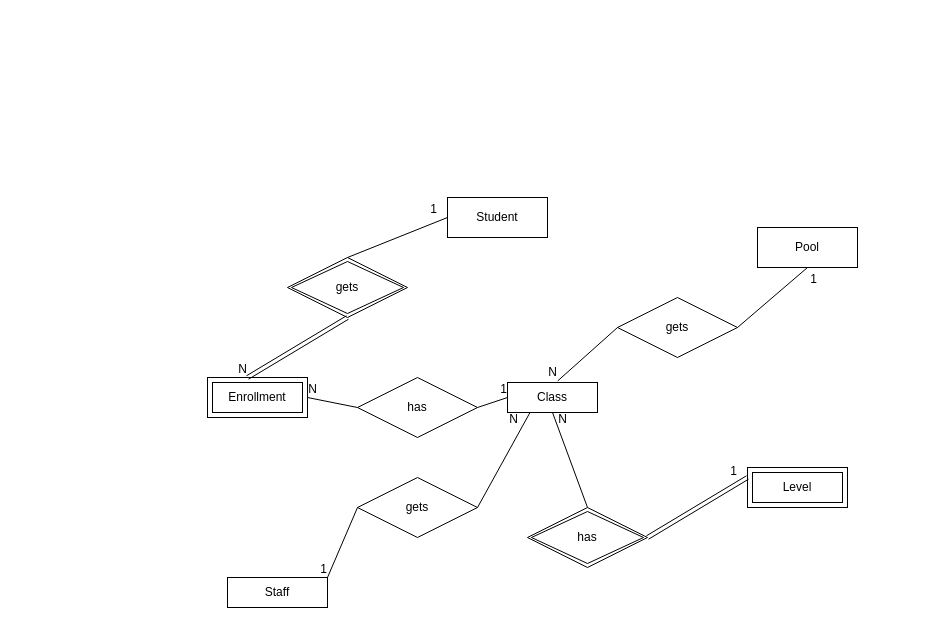
The draw.io diagram 3.5 Q2 ER Diagram.drawio in ImaDeSara/ImaDeSara, before the edit. Source tidied: cells renumbered, new cells numbered last; positions are measured from the earlier drawing's top-left corner, leaving out a move shared by most shapes. Both pictures are drawn from the tidied source at 100%, with x=0, y=0 at pixel (207, 197).
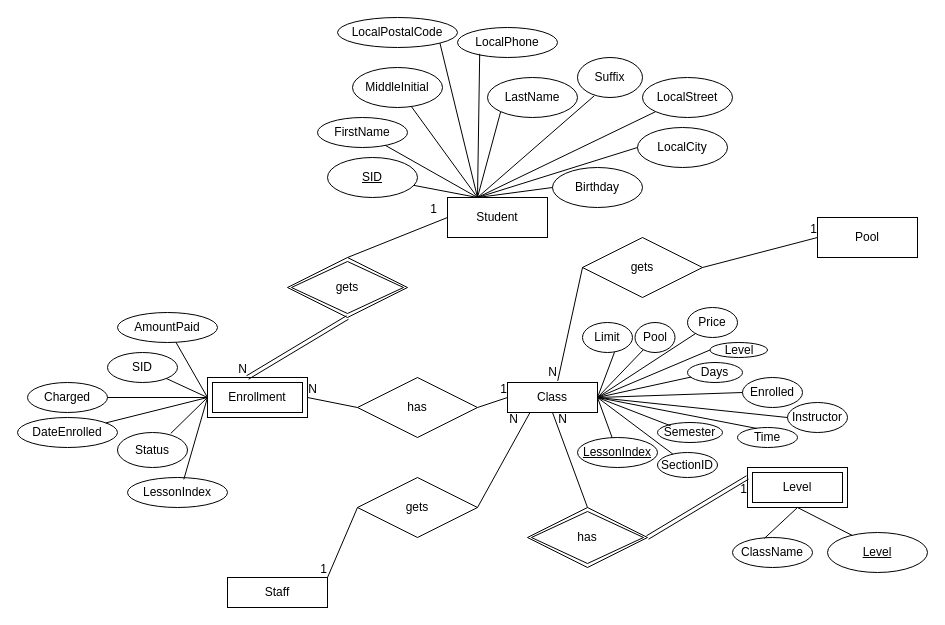
The same page after the edit.

The change refers to these unchanged cells:
```xml
<mxCell id="2" value="Class" style="rounded=0;whiteSpace=wrap;html=1;" parent="1" vertex="1">
  <mxGeometry x="300" y="185" width="90" height="30" as="geometry" />
</mxCell>
<mxCell id="6" value="Enrollment" style="shape=ext;margin=3;double=1;whiteSpace=wrap;html=1;align=center;" parent="1" vertex="1">
  <mxGeometry y="180" width="100" height="40" as="geometry" />
</mxCell>
<mxCell id="7" value="Level" style="shape=ext;margin=3;double=1;whiteSpace=wrap;html=1;align=center;" parent="1" vertex="1">
  <mxGeometry x="540" y="270" width="100" height="40" as="geometry" />
</mxCell>
<mxCell id="10" style="shape=link;html=1;rounded=0;endArrow=none;endFill=0;entryX=0;entryY=0.25;entryDx=0;entryDy=0;exitX=1;exitY=0.5;exitDx=0;exitDy=0;" parent="1" edge="1" source="8" target="7">
  <mxGeometry relative="1" as="geometry" />
</mxCell>
```

Diff of the diagram source:
```diff
@@
     <mxCell id="3" value="Pool" style="rounded=0;whiteSpace=wrap;html=1;" parent="1" vertex="1">
-      <mxGeometry x="550" y="30" width="100" height="40" as="geometry" />
+      <mxGeometry x="610" y="20" width="100" height="40" as="geometry" />
     </mxCell>
@@
     <mxCell id="11" value="1" style="html=1;align=right;verticalAlign=bottom;" parent="10" vertex="1">
       <mxGeometry x="1" relative="1" as="geometry">
-        <mxPoint x="-10" y="2" as="offset" />
+        <mxPoint y="20" as="offset" />
       </mxGeometry>
     </mxCell>
@@
     <mxCell id="23" value="gets" style="shape=rhombus;perimeter=rhombusPerimeter;whiteSpace=wrap;html=1;align=center;" parent="1" vertex="1">
-      <mxGeometry x="410" y="100" width="120" height="60" as="geometry" />
+      <mxGeometry x="375" y="40" width="120" height="60" as="geometry" />
     </mxCell>
-    <mxCell id="24" style="endArrow=none;html=1;rounded=0;entryX=0.5;entryY=1;entryDx=0;entryDy=0;exitX=1;exitY=0.5;exitDx=0;exitDy=0;" parent="1" edge="1" source="23" target="3">
+    <mxCell id="24" style="endArrow=none;html=1;rounded=0;entryX=0;entryY=0.5;entryDx=0;entryDy=0;exitX=1;exitY=0.5;exitDx=0;exitDy=0;" parent="1" edge="1" source="23" target="3">
       <mxGeometry relative="1" as="geometry" />
     </mxCell>
     <mxCell id="25" value="1" style="html=1;align=right;verticalAlign=bottom;" parent="24" vertex="1">
-      <mxGeometry x="1" relative="1" as="geometry">
-        <mxPoint x="10" y="20" as="offset" />
-      </mxGeometry>
+      <mxGeometry x="1" relative="1" as="geometry" />
     </mxCell>
@@
+    <mxCell id="33" value="SID" style="ellipse;whiteSpace=wrap;html=1;align=center;fontStyle=4;" parent="1" vertex="1">
+      <mxGeometry x="120" y="-40" width="90" height="40" as="geometry" />
+    </mxCell>
+    <mxCell id="34" value="FirstName" style="ellipse;whiteSpace=wrap;html=1;align=center;" parent="1" vertex="1">
+      <mxGeometry x="110" y="-80" width="90" height="30" as="geometry" />
+    </mxCell>
+    <mxCell id="35" value="MiddleInitial" style="ellipse;whiteSpace=wrap;html=1;align=center;" parent="1" vertex="1">
+      <mxGeometry x="145" y="-130" width="90" height="40" as="geometry" />
+    </mxCell>
+    <mxCell id="36" value="LastName" style="ellipse;whiteSpace=wrap;html=1;align=center;" parent="1" vertex="1">
+      <mxGeometry x="280" y="-120" width="90" height="40" as="geometry" />
+    </mxCell>
+    <mxCell id="37" value="Suffix" style="ellipse;whiteSpace=wrap;html=1;align=center;" parent="1" vertex="1">
+      <mxGeometry x="370" y="-140" width="65" height="40" as="geometry" />
+    </mxCell>
+    <mxCell id="38" value="Birthday" style="ellipse;whiteSpace=wrap;html=1;align=center;" parent="1" vertex="1">
+      <mxGeometry x="345" y="-30" width="90" height="40" as="geometry" />
+    </mxCell>
+    <mxCell id="39" value="LocalStreet" style="ellipse;whiteSpace=wrap;html=1;align=center;" parent="1" vertex="1">
+      <mxGeometry x="435" y="-120" width="90" height="40" as="geometry" />
+    </mxCell>
+    <mxCell id="40" value="LocalCity" style="ellipse;whiteSpace=wrap;html=1;align=center;" parent="1" vertex="1">
+      <mxGeometry x="430" y="-70" width="90" height="40" as="geometry" />
+    </mxCell>
+    <mxCell id="41" value="LocalPostalCode" style="ellipse;whiteSpace=wrap;html=1;align=center;" parent="1" vertex="1">
+      <mxGeometry x="130" y="-180" width="120" height="30" as="geometry" />
+    </mxCell>
+    <mxCell id="42" value="LocalPhone" style="ellipse;whiteSpace=wrap;html=1;align=center;" parent="1" vertex="1">
+      <mxGeometry x="250" y="-170" width="100" height="30" as="geometry" />
+    </mxCell>
+    <mxCell id="43" style="endArrow=none;html=1;rounded=0;" parent="1" edge="1" source="33">
+      <mxGeometry relative="1" as="geometry">
+        <mxPoint x="270" as="targetPoint" />
+      </mxGeometry>
+    </mxCell>
+    <mxCell id="44" style="endArrow=none;html=1;rounded=0;" parent="1" edge="1" target="34">
+      <mxGeometry relative="1" as="geometry">
+        <mxPoint x="270" as="sourcePoint" />
+      </mxGeometry>
+    </mxCell>
+    <mxCell id="45" style="endArrow=none;html=1;rounded=0;entryX=0;entryY=0.5;entryDx=0;entryDy=0;" parent="1" edge="1" target="38">
+      <mxGeometry relative="1" as="geometry">
+        <mxPoint x="270" as="sourcePoint" />
+      </mxGeometry>
+    </mxCell>
+    <mxCell id="46" style="endArrow=none;html=1;rounded=0;entryX=0;entryY=0.5;entryDx=0;entryDy=0;" parent="1" edge="1" target="40">
+      <mxGeometry relative="1" as="geometry">
+        <mxPoint x="270" as="sourcePoint" />
+      </mxGeometry>
+    </mxCell>
+    <mxCell id="47" style="endArrow=none;html=1;rounded=0;entryX=0;entryY=1;entryDx=0;entryDy=0;" parent="1" edge="1" target="39">
+      <mxGeometry relative="1" as="geometry">
+        <mxPoint x="270" as="sourcePoint" />
+      </mxGeometry>
+    </mxCell>
+    <mxCell id="48" style="endArrow=none;html=1;rounded=0;entryX=0.257;entryY=0.959;entryDx=0;entryDy=0;entryPerimeter=0;" parent="1" edge="1" target="37">
+      <mxGeometry relative="1" as="geometry">
+        <mxPoint x="270" as="sourcePoint" />
+      </mxGeometry>
+    </mxCell>
+    <mxCell id="49" style="endArrow=none;html=1;rounded=0;" parent="1" edge="1" target="35">
+      <mxGeometry relative="1" as="geometry">
+        <mxPoint x="270" as="sourcePoint" />
+      </mxGeometry>
+    </mxCell>
+    <mxCell id="50" style="endArrow=none;html=1;rounded=0;entryX=0;entryY=1;entryDx=0;entryDy=0;" parent="1" edge="1" target="36">
+      <mxGeometry relative="1" as="geometry">
+        <mxPoint x="270" as="sourcePoint" />
+      </mxGeometry>
+    </mxCell>
+    <mxCell id="51" style="endArrow=none;html=1;rounded=0;entryX=1;entryY=1;entryDx=0;entryDy=0;" parent="1" edge="1" target="41">
+      <mxGeometry relative="1" as="geometry">
+        <mxPoint x="270" as="sourcePoint" />
+      </mxGeometry>
+    </mxCell>
+    <mxCell id="52" style="endArrow=none;html=1;rounded=0;entryX=0.222;entryY=0.879;entryDx=0;entryDy=0;entryPerimeter=0;" parent="1" edge="1" target="42">
+      <mxGeometry relative="1" as="geometry">
+        <mxPoint x="270" as="sourcePoint" />
+      </mxGeometry>
+    </mxCell>
+    <mxCell id="53" value="SID" style="ellipse;whiteSpace=wrap;html=1;align=center;" parent="1" vertex="1">
+      <mxGeometry x="-100" y="155" width="70" height="30" as="geometry" />
+    </mxCell>
+    <mxCell id="54" value="LessonIndex" style="ellipse;whiteSpace=wrap;html=1;align=center;" parent="1" vertex="1">
+      <mxGeometry x="-80" y="280" width="100" height="30" as="geometry" />
+    </mxCell>
+    <mxCell id="55" value="Status" style="ellipse;whiteSpace=wrap;html=1;align=center;" parent="1" vertex="1">
+      <mxGeometry x="-90" y="235" width="70" height="35" as="geometry" />
+    </mxCell>
+    <mxCell id="56" value="Charged" style="ellipse;whiteSpace=wrap;html=1;align=center;" parent="1" vertex="1">
+      <mxGeometry x="-180" y="185" width="80" height="30" as="geometry" />
+    </mxCell>
+    <mxCell id="57" value="AmountPaid" style="ellipse;whiteSpace=wrap;html=1;align=center;" parent="1" vertex="1">
+      <mxGeometry x="-90" y="115" width="100" height="30" as="geometry" />
+    </mxCell>
+    <mxCell id="58" value="DateEnrolled" style="ellipse;whiteSpace=wrap;html=1;align=center;" parent="1" vertex="1">
+      <mxGeometry x="-190" y="220" width="100" height="30" as="geometry" />
+    </mxCell>
+    <mxCell id="59" style="endArrow=none;html=1;rounded=0;entryX=0;entryY=0.5;entryDx=0;entryDy=0;" parent="1" edge="1" source="53" target="6">
+      <mxGeometry relative="1" as="geometry" />
+    </mxCell>
+    <mxCell id="60" style="endArrow=none;html=1;rounded=0;" parent="1" edge="1" source="57">
+      <mxGeometry relative="1" as="geometry">
+        <mxPoint y="200" as="targetPoint" />
+      </mxGeometry>
+    </mxCell>
+    <mxCell id="61" style="endArrow=none;html=1;rounded=0;exitX=0;exitY=0.5;exitDx=0;exitDy=0;entryX=0.761;entryY=0.026;entryDx=0;entryDy=0;entryPerimeter=0;" parent="1" edge="1" source="6" target="55">
+      <mxGeometry relative="1" as="geometry" />
+    </mxCell>
+    <mxCell id="62" style="endArrow=none;html=1;rounded=0;exitX=0;exitY=0.5;exitDx=0;exitDy=0;" parent="1" edge="1" source="6" target="56">
+      <mxGeometry relative="1" as="geometry" />
+    </mxCell>
+    <mxCell id="63" style="endArrow=none;html=1;rounded=0;entryX=0.563;entryY=0.062;entryDx=0;entryDy=0;entryPerimeter=0;" parent="1" edge="1" target="54">
+      <mxGeometry relative="1" as="geometry">
+        <mxPoint y="200" as="sourcePoint" />
+      </mxGeometry>
+    </mxCell>
+    <mxCell id="64" style="endArrow=none;html=1;rounded=0;" parent="1" edge="1" target="58">
+      <mxGeometry relative="1" as="geometry">
+        <mxPoint y="200" as="sourcePoint" />
+      </mxGeometry>
+    </mxCell>
+    <mxCell id="65" value="SectionID" style="ellipse;whiteSpace=wrap;html=1;align=center;" parent="1" vertex="1">
+      <mxGeometry x="450" y="255" width="60" height="25" as="geometry" />
+    </mxCell>
+    <mxCell id="66" value="LessonIndex" style="ellipse;whiteSpace=wrap;html=1;align=center;fontStyle=4;" parent="1" vertex="1">
+      <mxGeometry x="370" y="240" width="80" height="30" as="geometry" />
+    </mxCell>
+    <mxCell id="67" value="Level" style="ellipse;whiteSpace=wrap;html=1;align=center;" parent="1" vertex="1">
+      <mxGeometry x="502.5" y="145" width="57.5" height="15" as="geometry" />
+    </mxCell>
+    <mxCell id="68" value="Semester" style="ellipse;whiteSpace=wrap;html=1;align=center;" parent="1" vertex="1">
+      <mxGeometry x="450" y="225" width="65" height="20" as="geometry" />
+    </mxCell>
+    <mxCell id="69" value="Days" style="ellipse;whiteSpace=wrap;html=1;align=center;" parent="1" vertex="1">
+      <mxGeometry x="480" y="165" width="55" height="20" as="geometry" />
+    </mxCell>
+    <mxCell id="70" value="Time" style="ellipse;whiteSpace=wrap;html=1;align=center;" parent="1" vertex="1">
+      <mxGeometry x="530" y="230" width="60" height="20" as="geometry" />
+    </mxCell>
+    <mxCell id="71" value="Pool" style="ellipse;whiteSpace=wrap;html=1;align=center;" parent="1" vertex="1">
+      <mxGeometry x="427.5" y="125" width="40" height="30" as="geometry" />
+    </mxCell>
+    <mxCell id="72" value="Instructor" style="ellipse;whiteSpace=wrap;html=1;align=center;" parent="1" vertex="1">
+      <mxGeometry x="580" y="205" width="60" height="30" as="geometry" />
+    </mxCell>
+    <mxCell id="73" value="Limit" style="ellipse;whiteSpace=wrap;html=1;align=center;" parent="1" vertex="1">
+      <mxGeometry x="375" y="125" width="50" height="30" as="geometry" />
+    </mxCell>
+    <mxCell id="74" value="Enrolled" style="ellipse;whiteSpace=wrap;html=1;align=center;" parent="1" vertex="1">
+      <mxGeometry x="535" y="180" width="60" height="30" as="geometry" />
+    </mxCell>
+    <mxCell id="75" value="Price" style="ellipse;whiteSpace=wrap;html=1;align=center;" parent="1" vertex="1">
+      <mxGeometry x="480" y="110" width="50" height="30" as="geometry" />
+    </mxCell>
+    <mxCell id="76" style="endArrow=none;html=1;rounded=0;entryX=0.203;entryY=0.165;entryDx=0;entryDy=0;exitX=1;exitY=0.5;exitDx=0;exitDy=0;entryPerimeter=0;" parent="1" edge="1" source="2" target="68">
+      <mxGeometry relative="1" as="geometry" />
+    </mxCell>
+    <mxCell id="77" style="endArrow=none;html=1;rounded=0;exitX=1;exitY=0.5;exitDx=0;exitDy=0;entryX=0.64;entryY=0.991;entryDx=0;entryDy=0;entryPerimeter=0;" parent="1" edge="1" source="2" target="73">
+      <mxGeometry relative="1" as="geometry" />
+    </mxCell>
+    <mxCell id="78" style="endArrow=none;html=1;rounded=0;" parent="1" edge="1" target="65">
+      <mxGeometry relative="1" as="geometry">
+        <mxPoint x="390" y="200" as="sourcePoint" />
+      </mxGeometry>
+    </mxCell>
+    <mxCell id="79" style="endArrow=none;html=1;rounded=0;entryX=0;entryY=0.5;entryDx=0;entryDy=0;exitX=1;exitY=0.5;exitDx=0;exitDy=0;" parent="1" edge="1" source="2" target="67">
+      <mxGeometry relative="1" as="geometry" />
+    </mxCell>
+    <mxCell id="80" style="endArrow=none;html=1;rounded=0;entryX=0.434;entryY=0.013;entryDx=0;entryDy=0;entryPerimeter=0;exitX=1;exitY=0.5;exitDx=0;exitDy=0;" parent="1" edge="1" source="2" target="66">
+      <mxGeometry relative="1" as="geometry" />
+    </mxCell>
+    <mxCell id="81" style="endArrow=none;html=1;rounded=0;" parent="1" edge="1" target="71">
+      <mxGeometry relative="1" as="geometry">
+        <mxPoint x="390" y="200" as="sourcePoint" />
+      </mxGeometry>
+    </mxCell>
+    <mxCell id="82" style="endArrow=none;html=1;rounded=0;exitX=1;exitY=0.5;exitDx=0;exitDy=0;entryX=0;entryY=0.5;entryDx=0;entryDy=0;" parent="1" edge="1" source="2" target="74">
+      <mxGeometry relative="1" as="geometry" />
+    </mxCell>
+    <mxCell id="83" style="endArrow=none;html=1;rounded=0;entryX=0.321;entryY=0.047;entryDx=0;entryDy=0;exitX=1;exitY=0.5;exitDx=0;exitDy=0;entryPerimeter=0;" parent="1" edge="1" source="2" target="70">
+      <mxGeometry relative="1" as="geometry" />
+    </mxCell>
+    <mxCell id="84" style="endArrow=none;html=1;rounded=0;exitX=1;exitY=0.5;exitDx=0;exitDy=0;" parent="1" edge="1" source="2" target="75">
+      <mxGeometry relative="1" as="geometry" />
+    </mxCell>
+    <mxCell id="85" style="endArrow=none;html=1;rounded=0;entryX=0;entryY=0.5;entryDx=0;entryDy=0;" parent="1" edge="1" target="72">
+      <mxGeometry relative="1" as="geometry">
+        <mxPoint x="390" y="200" as="sourcePoint" />
+      </mxGeometry>
+    </mxCell>
+    <mxCell id="86" style="endArrow=none;html=1;rounded=0;exitX=1;exitY=0.5;exitDx=0;exitDy=0;entryX=0.066;entryY=0.727;entryDx=0;entryDy=0;entryPerimeter=0;" parent="1" edge="1" source="2" target="69">
+      <mxGeometry relative="1" as="geometry" />
+    </mxCell>
+    <mxCell id="87" value="ClassName" style="ellipse;whiteSpace=wrap;html=1;align=center;" parent="1" vertex="1">
+      <mxGeometry x="525" y="340" width="80" height="30" as="geometry" />
+    </mxCell>
+    <mxCell id="88" style="endArrow=none;html=1;rounded=0;entryX=0.5;entryY=0;entryDx=0;entryDy=0;exitX=0.5;exitY=1;exitDx=0;exitDy=0;" parent="1" edge="1" source="7">
+      <mxGeometry relative="1" as="geometry">
+        <mxPoint x="648.8" y="340" as="targetPoint" />
+      </mxGeometry>
+    </mxCell>
+    <mxCell id="89" style="endArrow=none;html=1;rounded=0;exitX=0.5;exitY=1;exitDx=0;exitDy=0;entryX=0.397;entryY=0.034;entryDx=0;entryDy=0;entryPerimeter=0;" parent="1" edge="1" source="7" target="87">
+      <mxGeometry relative="1" as="geometry" />
+    </mxCell>
+    <mxCell id="90" value="Level" style="ellipse;whiteSpace=wrap;html=1;align=center;fontStyle=4;" parent="1" vertex="1">
+      <mxGeometry x="620" y="335" width="100" height="40" as="geometry" />
+    </mxCell>
```
